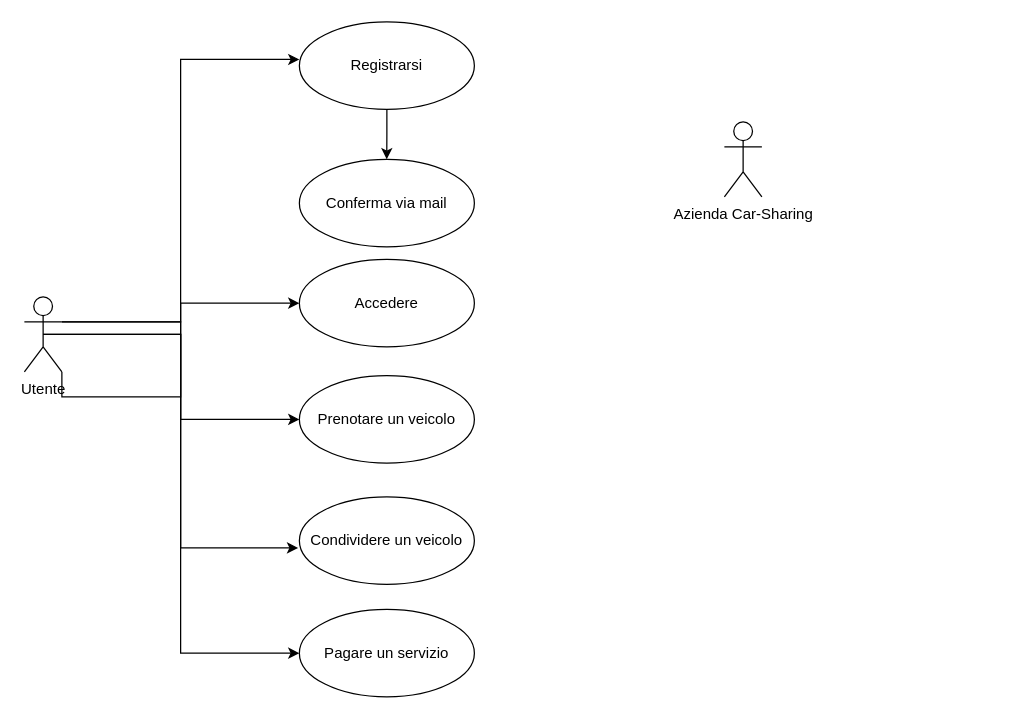
This is carsharing.drawio from Koichi-san-hu/DiagrammiCarSharing, a draw.io file, before an edit. Source tidied: cells renumbered, new cells numbered last; positions are measured from the earlier drawing's top-left corner, leaving out a move shared by most shapes. Both pictures are drawn from the tidied source at 125%, with x=0, y=0 at pixel (24, 21).
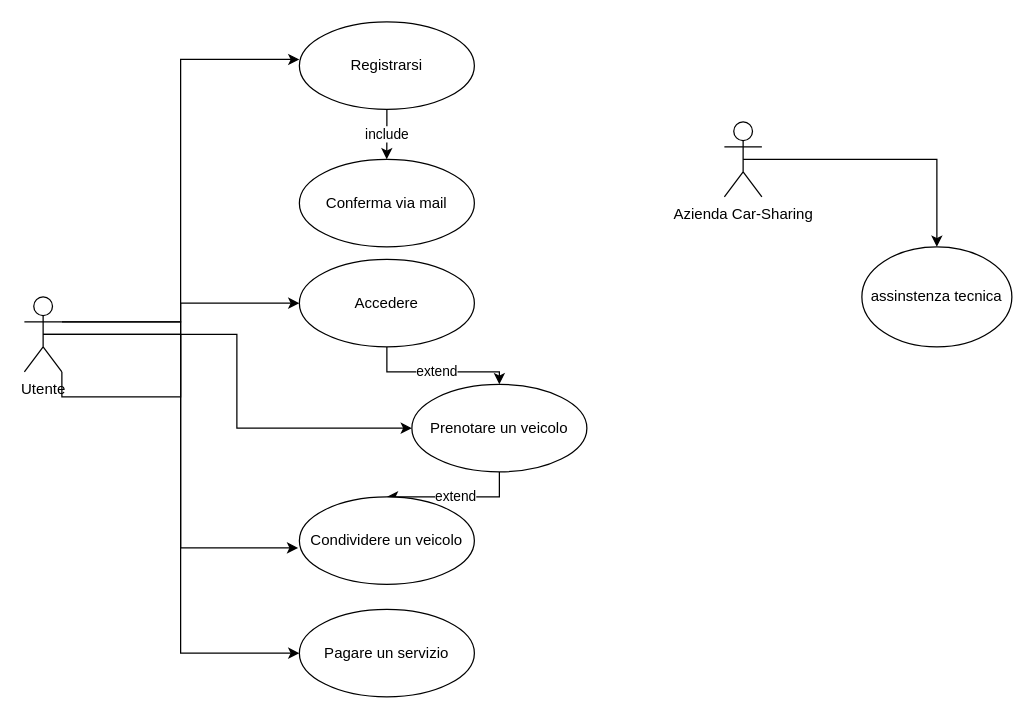
The same diagram, later.

The change refers to these unchanged cells:
```xml
<mxCell id="6" value="Azienda Car-Sharing&lt;br&gt;" style="shape=umlActor;verticalLabelPosition=bottom;verticalAlign=top;html=1;outlineConnect=0;" parent="1" vertex="1">
  <mxGeometry x="560" y="80" width="30" height="60" as="geometry" />
</mxCell>
<mxCell id="8" value="Registrarsi" style="ellipse;whiteSpace=wrap;html=1;" parent="1" vertex="1">
  <mxGeometry x="220" width="140" height="70" as="geometry" />
</mxCell>
<mxCell id="9" value="Accedere" style="ellipse;whiteSpace=wrap;html=1;" parent="1" vertex="1">
  <mxGeometry x="220" y="190" width="140" height="70" as="geometry" />
</mxCell>
<mxCell id="11" value="Condividere un veicolo" style="ellipse;whiteSpace=wrap;html=1;" parent="1" vertex="1">
  <mxGeometry x="220" y="380" width="140" height="70" as="geometry" />
</mxCell>
```

Change to the diagram source:
```diff
@@
+    <mxCell id="16" style="edgeStyle=orthogonalEdgeStyle;rounded=0;jettySize=auto;html=1;exitX=0.5;exitY=0.5;exitDx=0;exitDy=0;exitPerimeter=0;" parent="1" edge="1" source="6" target="19">
+      <mxGeometry relative="1" as="geometry" />
+    </mxCell>
@@
-    <mxCell id="7" style="edgeStyle=orthogonalEdgeStyle;rounded=0;jettySize=auto;html=1;exitX=0.5;exitY=1;exitDx=0;exitDy=0;" parent="1" edge="1" source="8">
+    <mxCell id="7" value="include" style="edgeStyle=orthogonalEdgeStyle;rounded=0;jettySize=auto;html=1;exitX=0.5;exitY=1;exitDx=0;exitDy=0;" parent="1" edge="1" source="8">
       <mxGeometry relative="1" as="geometry">
         <mxPoint x="289.9" y="110" as="targetPoint" />
       </mxGeometry>
     </mxCell>
@@
+    <mxCell id="17" value="extend" style="edgeStyle=orthogonalEdgeStyle;rounded=0;jettySize=auto;html=1;exitX=0.5;exitY=1;exitDx=0;exitDy=0;entryX=0.5;entryY=0;entryDx=0;entryDy=0;" parent="1" edge="1" source="9" target="10">
+      <mxGeometry relative="1" as="geometry" />
+    </mxCell>
@@
+    <mxCell id="18" value="extend" style="edgeStyle=orthogonalEdgeStyle;rounded=0;jettySize=auto;html=1;exitX=0.5;exitY=1;exitDx=0;exitDy=0;entryX=0.5;entryY=0;entryDx=0;entryDy=0;" parent="1" edge="1" source="10" target="11">
+      <mxGeometry relative="1" as="geometry" />
+    </mxCell>
     <mxCell id="10" value="Prenotare un veicolo" style="ellipse;whiteSpace=wrap;html=1;" parent="1" vertex="1">
-      <mxGeometry x="220" y="283" width="140" height="70" as="geometry" />
+      <mxGeometry x="310" y="290" width="140" height="70" as="geometry" />
     </mxCell>
@@
+    <mxCell id="19" value="assinstenza tecnica" style="ellipse;whiteSpace=wrap;html=1;" parent="1" vertex="1">
+      <mxGeometry x="670" y="180" width="120" height="80" as="geometry" />
+    </mxCell>
```
